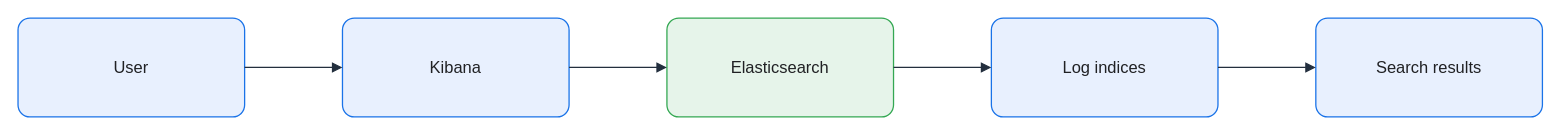
Earlier version of the draw.io diagram assets/img/observability/kibana-query-flow.drawio (KKamJi98/kkamji98.github.io). Source tidied: cells renumbered, new cells numbered last; positions are measured from the earlier drawing's top-left corner, leaving out a move shared by most shapes. Both pictures are drawn from the tidied source at 103%, with x=0, y=0 at pixel (18, 18).
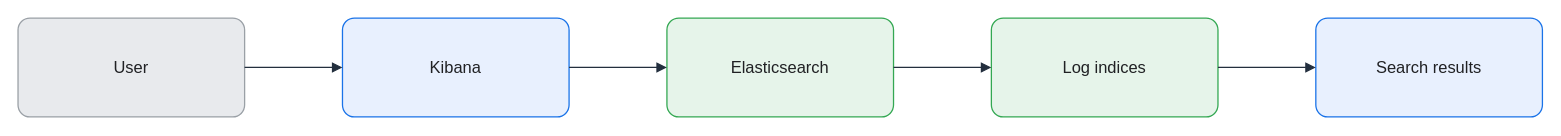
The same diagram, later.

Change to the diagram source:
```diff
@@
 <mxGraphModel background="#FFFFFF">
   <root>
     <mxCell id="0" />
     <mxCell id="1" parent="0" />
-    <mxCell id="2" value="User" style="rounded=1;arcSize=12;whiteSpace=wrap;html=0;fillColor=#E8F0FE;strokeColor=#1A73E8;strokeWidth=1.25;fontColor=#202124;fontSize=16;align=center;verticalAlign=middle;spacing=8;shadow=0;" parent="1" vertex="1">
+    <mxCell id="2" value="User" style="rounded=1;arcSize=12;whiteSpace=wrap;html=0;fillColor=#E8EAED;strokeColor=#9AA0A6;strokeWidth=1.25;fontColor=#202124;fontSize=16;align=center;verticalAlign=middle;spacing=8;shadow=0;" parent="1" vertex="1">
       <mxGeometry width="220" height="96" as="geometry" />
     </mxCell>
     <mxCell id="3" value="Kibana" style="rounded=1;arcSize=12;whiteSpace=wrap;html=0;fillColor=#E8F0FE;strokeColor=#1A73E8;strokeWidth=1.25;fontColor=#202124;fontSize=16;align=center;verticalAlign=middle;spacing=8;shadow=0;" parent="1" vertex="1">
       <mxGeometry x="315" width="220" height="96" as="geometry" />
     </mxCell>
     <mxCell id="4" value="Elasticsearch" style="rounded=1;arcSize=12;whiteSpace=wrap;html=0;fillColor=#E6F4EA;strokeColor=#34A853;strokeWidth=1.25;fontColor=#202124;fontSize=16;align=center;verticalAlign=middle;spacing=8;shadow=0;" parent="1" vertex="1">
       <mxGeometry x="630" width="220" height="96" as="geometry" />
     </mxCell>
-    <mxCell id="5" value="Log indices" style="rounded=1;arcSize=12;whiteSpace=wrap;html=0;fillColor=#E8F0FE;strokeColor=#1A73E8;strokeWidth=1.25;fontColor=#202124;fontSize=16;align=center;verticalAlign=middle;spacing=8;shadow=0;" parent="1" vertex="1">
+    <mxCell id="5" value="Log indices" style="rounded=1;arcSize=12;whiteSpace=wrap;html=0;fillColor=#E6F4EA;strokeColor=#34A853;strokeWidth=1.25;fontColor=#202124;fontSize=16;align=center;verticalAlign=middle;spacing=8;shadow=0;" parent="1" vertex="1">
       <mxGeometry x="945" width="220" height="96" as="geometry" />
     </mxCell>
     <mxCell id="6" value="Search results" style="rounded=1;arcSize=12;whiteSpace=wrap;html=0;fillColor=#E8F0FE;strokeColor=#1A73E8;strokeWidth=1.25;fontColor=#202124;fontSize=16;align=center;verticalAlign=middle;spacing=8;shadow=0;" parent="1" vertex="1">
       <mxGeometry x="1260" width="220" height="96" as="geometry" />
     </mxCell>
     <mxCell id="7" style="edgeStyle=orthogonalEdgeStyle;rounded=0;jettySize=auto;html=0;endArrow=block;endFill=1;strokeColor=#232F3E;strokeWidth=1.25;fontColor=#202124;labelBackgroundColor=none;exitX=1;exitY=0.5;exitDx=0;exitDy=0;entryX=0;entryY=0.5;entryDx=0;entryDy=0;endSize=7;" parent="1" edge="1" source="2" target="3">
       <mxGeometry relative="1" as="geometry" />
     </mxCell>
     <mxCell id="8" style="edgeStyle=orthogonalEdgeStyle;rounded=0;jettySize=auto;html=0;endArrow=block;endFill=1;strokeColor=#232F3E;strokeWidth=1.25;fontColor=#202124;labelBackgroundColor=none;exitX=1;exitY=0.5;exitDx=0;exitDy=0;entryX=0;entryY=0.5;entryDx=0;entryDy=0;endSize=7;" parent="1" edge="1" source="3" target="4">
       <mxGeometry relative="1" as="geometry" />
     </mxCell>
     <mxCell id="9" style="edgeStyle=orthogonalEdgeStyle;rounded=0;jettySize=auto;html=0;endArrow=block;endFill=1;strokeColor=#232F3E;strokeWidth=1.25;fontColor=#202124;labelBackgroundColor=none;exitX=1;exitY=0.5;exitDx=0;exitDy=0;entryX=0;entryY=0.5;entryDx=0;entryDy=0;endSize=7;" parent="1" edge="1" source="4" target="5">
       <mxGeometry relative="1" as="geometry" />
     </mxCell>
     <mxCell id="10" style="edgeStyle=orthogonalEdgeStyle;rounded=0;jettySize=auto;html=0;endArrow=block;endFill=1;strokeColor=#232F3E;strokeWidth=1.25;fontColor=#202124;labelBackgroundColor=none;exitX=1;exitY=0.5;exitDx=0;exitDy=0;entryX=0;entryY=0.5;entryDx=0;entryDy=0;endSize=7;" parent="1" edge="1" source="5" target="6">
       <mxGeometry relative="1" as="geometry" />
     </mxCell>
   </root>
 </mxGraphModel>
```
